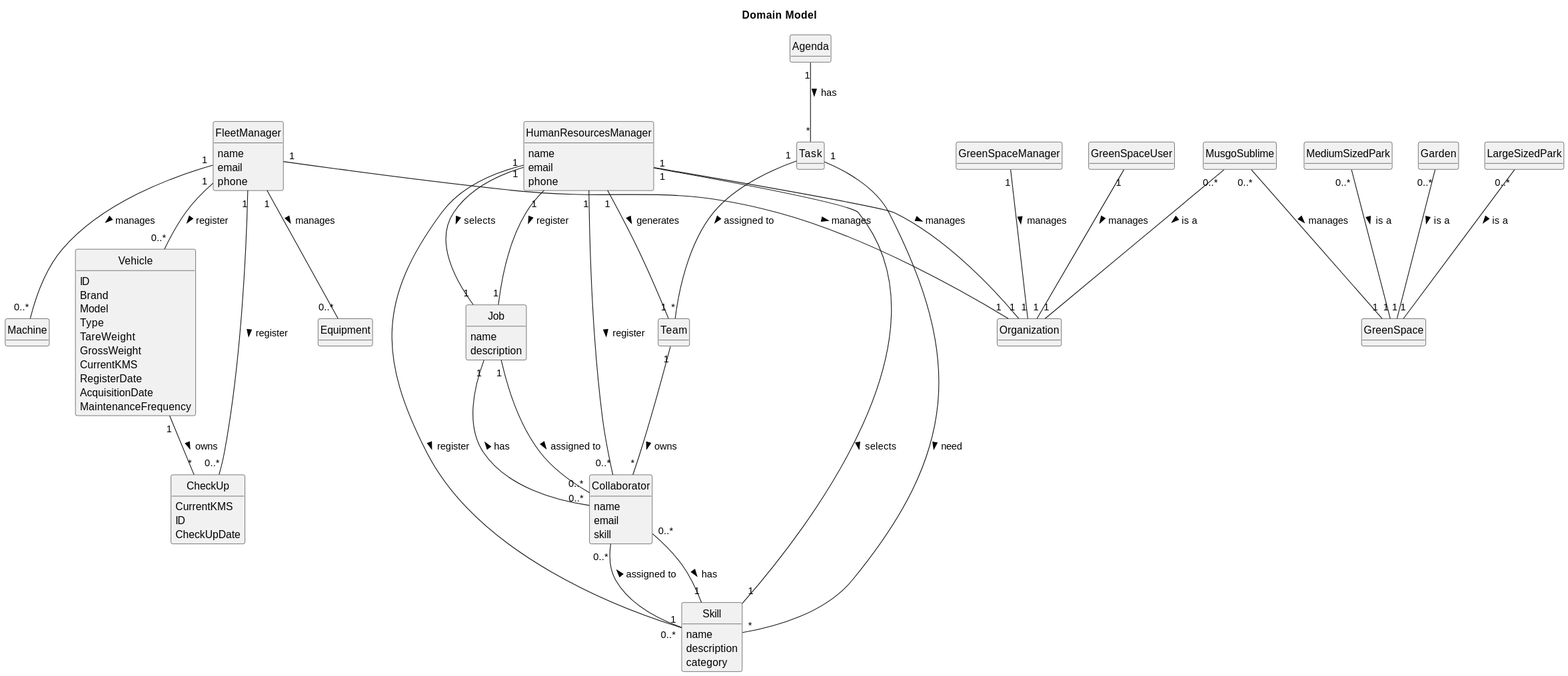
daniel41silva05/ISEP_2023_2024_LAPR2 keeps this PlantUML diagram as docs/sprintA/global-artifacts/02.analysis/svg/project-domain-model.svg. Above is the earlier version.
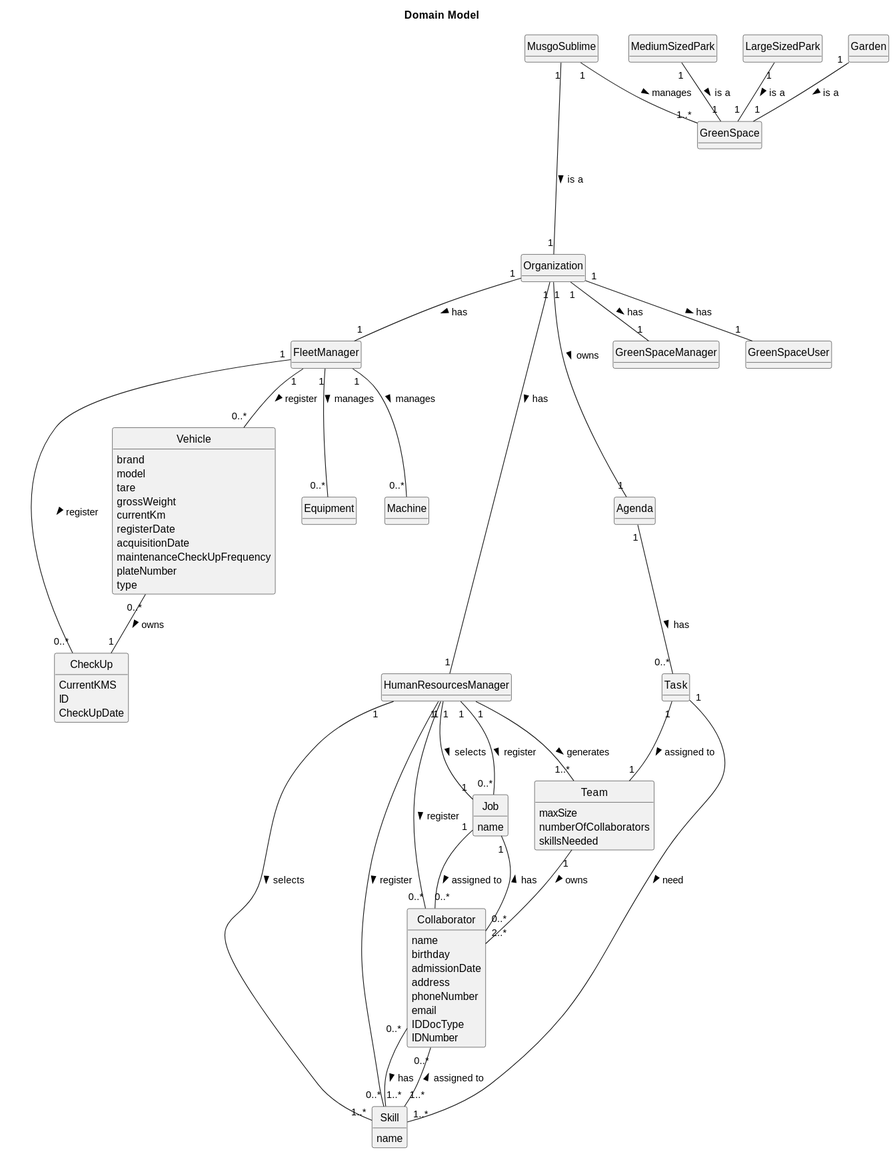
After the commit.

Commit message:
Update Domain Model

What changed in the source:
```diff
@@ -9,82 +9,105 @@
 
 title Domain Model
 
-class Job {
-    name
-    description
+class MusgoSublime {
+}
+class MediumSizedPark {
+}
+class LargeSizedPark {
+}
+class Garden {
+}
+class GreenSpace {
 }
 
-class Skill {
-    name
-    description
-    category
+class Organization {
 }
 
-class Vehicle {
-    ID
-    Brand
-    Model
-    Type
-    TareWeight
-    GrossWeight
-    CurrentKMS
-    RegisterDate
-    AcquisitionDate
-    MaintenanceFrequency
+class FleetManager {
+}
+class HumanResourcesManager {
+}
+class GreenSpaceManager {
+}
+class GreenSpaceUser {
 }
 
-
+class Equipment {
+}
+class Machine {
+}
+class Vehicle {
+    brand
+    model
+    tare
+    grossWeight
+    currentKm
+    registerDate
+    acquisitionDate
+    maintenanceCheckUpFrequency
+    plateNumber
+    type
+}
 class CheckUp {
     CurrentKMS
     ID
     CheckUpDate
 }
 
+class Job {
+    name
+}
 class Collaborator {
     name
+    birthday
+    admissionDate
+    address
+    phoneNumber
     email
-    skill
-
+    IDDocType
+    IDNumber
+}
+class Skill {
+    name
+}
+class Team {
+    maxSize
+    numberOfCollaborators
+    skillsNeeded
 }
 
-class FleetManager {
-   name
-   email
-   phone
+class Agenda {
+}
+class Task {
 }
 
-class HumanResourcesManager {
-   name
-   email
-   phone
-}
-
-MusgoSublime "0..*" -- "1" Organization : is a >
-MusgoSublime "0..*" -- "1" GreenSpace : manages >
-MediumSizedPark "0..*" -- "1" GreenSpace : is a >
-Garden "0..*" -- "1" GreenSpace : is a >
-LargeSizedPark "0..*" -- "1" GreenSpace : is a >
+MusgoSublime "1" ---- "1" Organization : is a >
+MusgoSublime "1" -- "1..*" GreenSpace : manages >
+MediumSizedPark "1" -- "1" GreenSpace : is a >
+Garden "1" -- "1" GreenSpace : is a >
+LargeSizedPark "1" -- "1" GreenSpace : is a >
+Organization "1" -- "1" FleetManager : has >
+Organization "1" -- "1" HumanResourcesManager : has >
+Organization "1" -- "1" GreenSpaceManager : has >
+Organization "1" -- "1" GreenSpaceUser : has >
+Organization "1" --- "1" Agenda : owns >
 Collaborator "0..*" -- "1" Job : has >
-Collaborator "0..*" -- "1" Skill : has >
-FleetManager "1" -- "1" Organization : manages >
-HumanResourcesManager "1" -- "1" Organization : manages >
-GreenSpaceManager "1" -- "1" Organization : manages >
-GreenSpaceUser "1" -- "1" Organization : manages >
+Collaborator "0..*" -- "1..*" Skill : has >
 HumanResourcesManager "1" -- "1" Job : selects  >
-HumanResourcesManager "1" -- "1" Skill : selects  >
-HumanResourcesManager "1" -- "1" Job : register  >
+HumanResourcesManager "1" -- "1..*" Skill : selects  >
+HumanResourcesManager "1" -- "0..*" Job : register  >
 Job "1" -- "0..*" Collaborator : assigned to >
-Skill "1" -- "0..*" Collaborator : assigned to >
+Skill "1..*" -- "0..*" Collaborator : assigned to >
 HumanResourcesManager "1" -- "0..*" Collaborator : register >
 HumanResourcesManager "1" -- "0..*" Skill : register >
-HumanResourcesManager "1" -- "1" Team : generates >
+HumanResourcesManager "1" -- "1..*" Team : generates >
 FleetManager "1" -- "0..*" Vehicle : register >
 FleetManager "1" -- "0..*" Equipment : manages >
 FleetManager "1" -- "0..*" Machine : manages >
 FleetManager "1" - "0..*" CheckUp : register >
-Vehicle "1" -- "*" CheckUp : owns >
-Team "1" -- "*" Collaborator : owns >
-Task "1" -- "*" Skill : need >
-Agenda "1" -- "*" Task : has >
-Task "1" -- "*" Team : assigned to >
+Vehicle "0..*" -- "1" CheckUp : owns >
+Team "1" -- "2..*" Collaborator : owns >
+Task "1" -- "1..*" Skill : need >
+Agenda "1" -- "0..*" Task : has >
+Task "1" -- "1" Team : assigned to >
 @enduml
```
